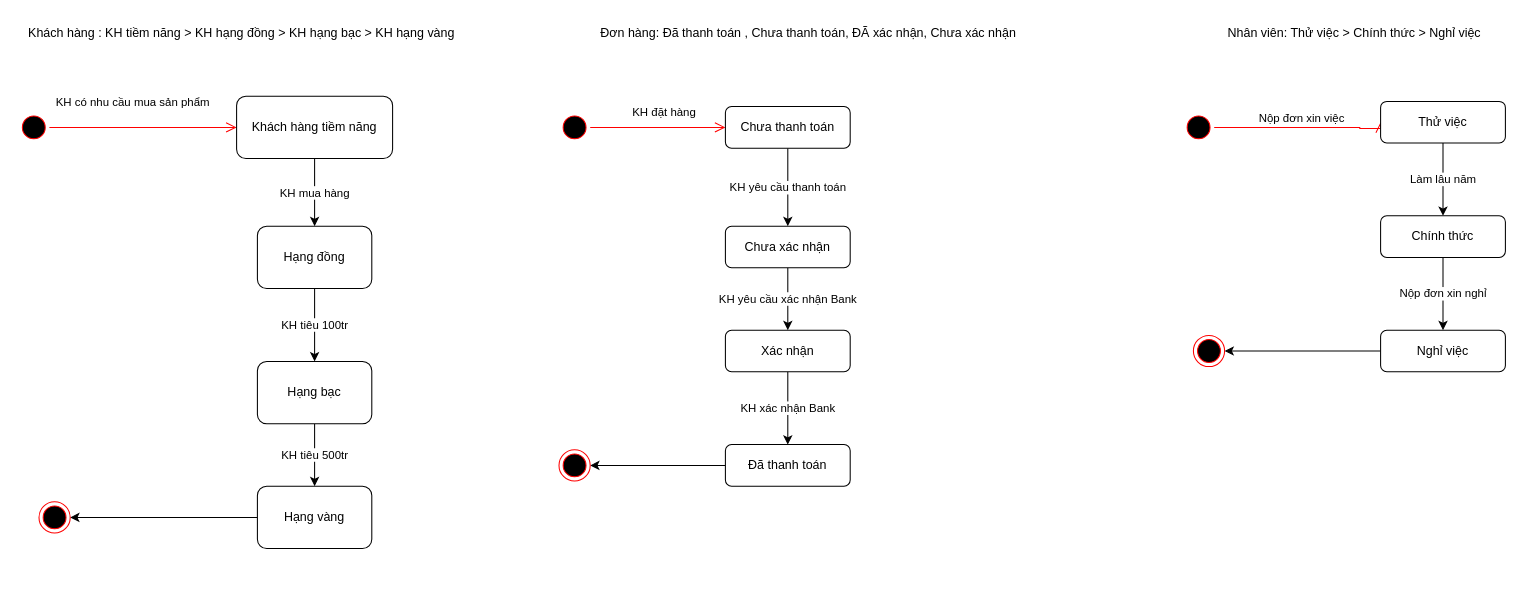
The draw.io diagram page "Biểu đồ trạng thái" (5 of 5) of CMC/Phân tích và thiết kế hệ thống/BÀI TẬP PHÂN TÍCH THIẾT KẾ HƯỚNG ĐỐI TƯỢNG.drawio in tranthihuong-753/test, before the edit. Source tidied: cells renumbered, new cells numbered last; positions are measured from the earlier drawing's top-left corner, leaving out a move shared by most shapes. Both pictures are drawn from the tidied source at 104%, with x=0, y=0 at pixel (18, 18).
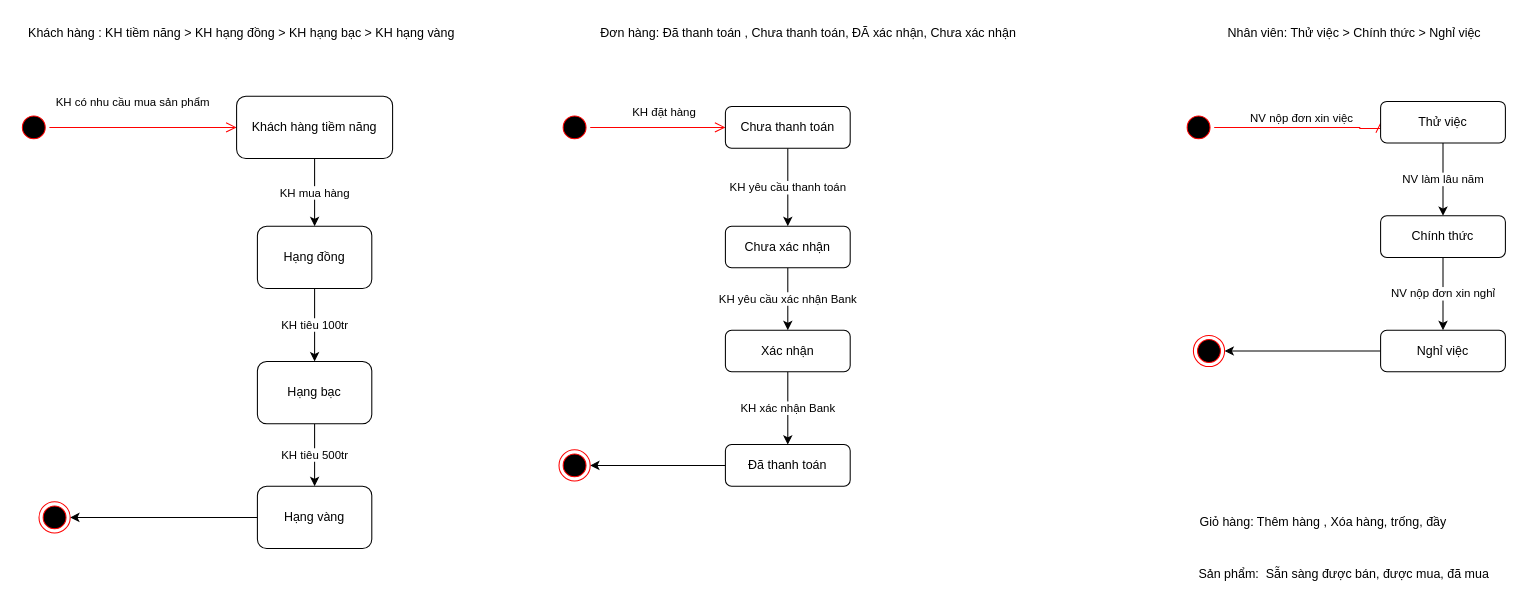
The same page after the edit.

Commit message:
Cập nhật BÀI TẬP PHÂN TÍCH THIẾT KẾ HƯỚNG ĐỐI TƯỢNG.drawio

Unchanged cells that the change refers to:
```xml
<mxCell id="28" style="ellipse;html=1;shape=startState;fillColor=#000000;strokeColor=#ff0000;" parent="1" vertex="1">
  <mxGeometry x="1120" y="90" width="30" height="30" as="geometry" />
</mxCell>
<mxCell id="31" value="Thử việc" style="rounded=1;whiteSpace=wrap;html=1;" parent="1" vertex="1">
  <mxGeometry x="1310" y="80" width="120" height="40" as="geometry" />
</mxCell>
<mxCell id="33" value="Chính thức" style="rounded=1;whiteSpace=wrap;html=1;" parent="1" vertex="1">
  <mxGeometry x="1310" y="190" width="120" height="40" as="geometry" />
</mxCell>
<mxCell id="35" value="Nghỉ việc" style="rounded=1;whiteSpace=wrap;html=1;" parent="1" vertex="1">
  <mxGeometry x="1310" y="300" width="120" height="40" as="geometry" />
</mxCell>
```

What changed in the source:
```diff
@@
-    <mxCell id="29" value="Nộp đơn xin việc" style="edgeStyle=orthogonalEdgeStyle;html=1;verticalAlign=bottom;endArrow=open;endSize=8;strokeColor=#ff0000;rounded=0;entryX=0;entryY=0.5;entryDx=0;entryDy=0;" parent="1" edge="1" source="28" target="31">
+    <mxCell id="29" value="NV nộp đơn xin việc" style="edgeStyle=orthogonalEdgeStyle;html=1;verticalAlign=bottom;endArrow=open;endSize=8;strokeColor=#ff0000;rounded=0;entryX=0;entryY=0.5;entryDx=0;entryDy=0;" parent="1" edge="1" source="28" target="31">
       <mxGeometry relative="1" as="geometry">
         <Array as="points">
           <mxPoint x="1290" y="105" />
           <mxPoint x="1290" y="106" />
           <mxPoint x="1310" y="106" />
         </Array>
       </mxGeometry>
     </mxCell>
-    <mxCell id="30" value="Làm lâu năm" style="edgeStyle=orthogonalEdgeStyle;rounded=0;jettySize=auto;html=1;exitX=0.5;exitY=1;exitDx=0;exitDy=0;entryX=0.5;entryY=0;entryDx=0;entryDy=0;" parent="1" edge="1" source="31" target="33">
+    <mxCell id="30" value="NV làm lâu năm" style="edgeStyle=orthogonalEdgeStyle;rounded=0;jettySize=auto;html=1;exitX=0.5;exitY=1;exitDx=0;exitDy=0;entryX=0.5;entryY=0;entryDx=0;entryDy=0;" parent="1" edge="1" source="31" target="33">
       <mxGeometry relative="1" as="geometry" />
     </mxCell>
@@
-    <mxCell id="32" value="Nộp đơn xin nghỉ" style="edgeStyle=orthogonalEdgeStyle;rounded=0;jettySize=auto;html=1;exitX=0.5;exitY=1;exitDx=0;exitDy=0;entryX=0.5;entryY=0;entryDx=0;entryDy=0;" parent="1" edge="1" source="33" target="35">
+    <mxCell id="32" value="NV nộp đơn xin nghỉ" style="edgeStyle=orthogonalEdgeStyle;rounded=0;jettySize=auto;html=1;exitX=0.5;exitY=1;exitDx=0;exitDy=0;entryX=0.5;entryY=0;entryDx=0;entryDy=0;" parent="1" edge="1" source="33" target="35">
       <mxGeometry relative="1" as="geometry" />
     </mxCell>
@@
+    <mxCell id="37" value="Giỏ hàng: Thêm hàng , Xóa hàng, trống, đầy" style="text;html=1;align=center;verticalAlign=middle;whiteSpace=wrap;rounded=0;" parent="1" vertex="1">
+      <mxGeometry x="1110" y="470" width="290" height="30" as="geometry" />
+    </mxCell>
+    <mxCell id="38" value="Sản phẩm:&amp;nbsp; Sẵn sàng được bán, được mua, đã mua" style="text;html=1;align=center;verticalAlign=middle;whiteSpace=wrap;rounded=0;" parent="1" vertex="1">
+      <mxGeometry x="1120" y="520" width="310" height="30" as="geometry" />
+    </mxCell>
```
